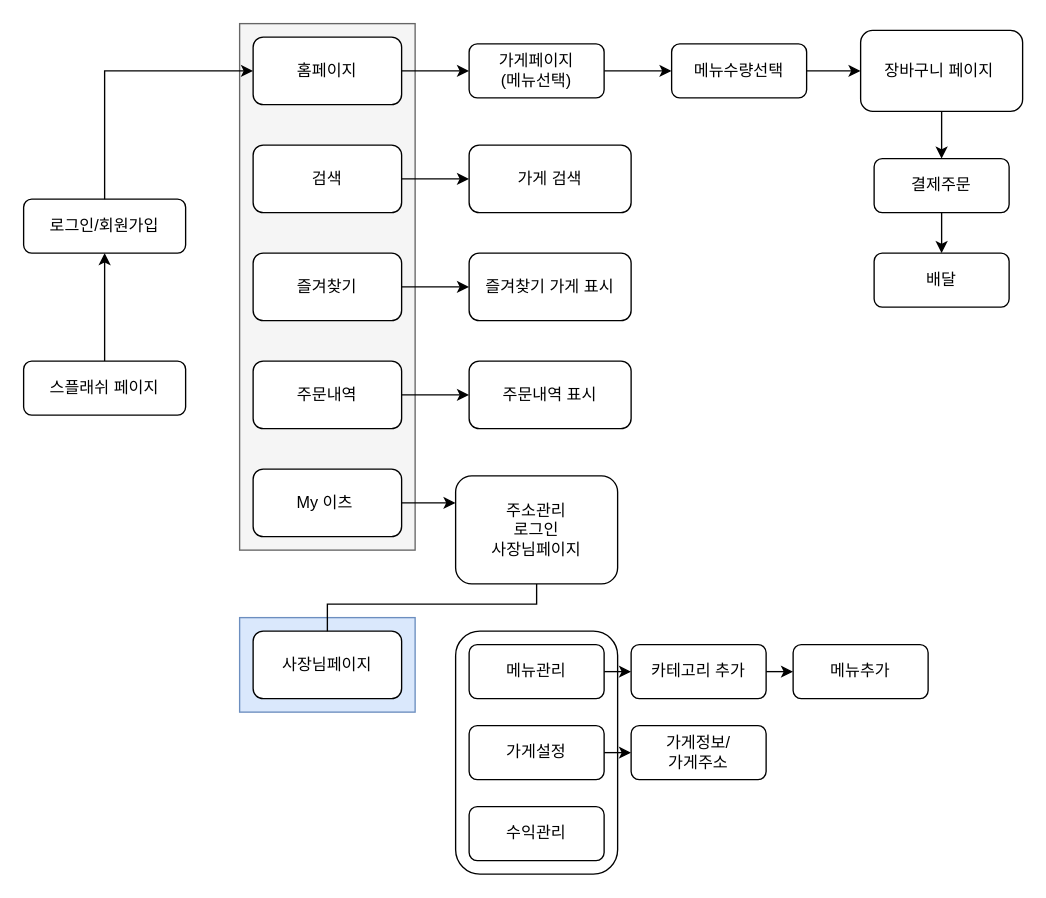
qoranreh/branch-test keeps this draw.io diagram as 제목 없는 다이어그램.drawio. Above is the earlier version. Source tidied: cells renumbered, new cells numbered last; positions are measured from the earlier drawing's top-left corner, leaving out a move shared by most shapes. Both pictures are drawn from the tidied source at 135%, with x=0, y=0 at pixel (23, 23).
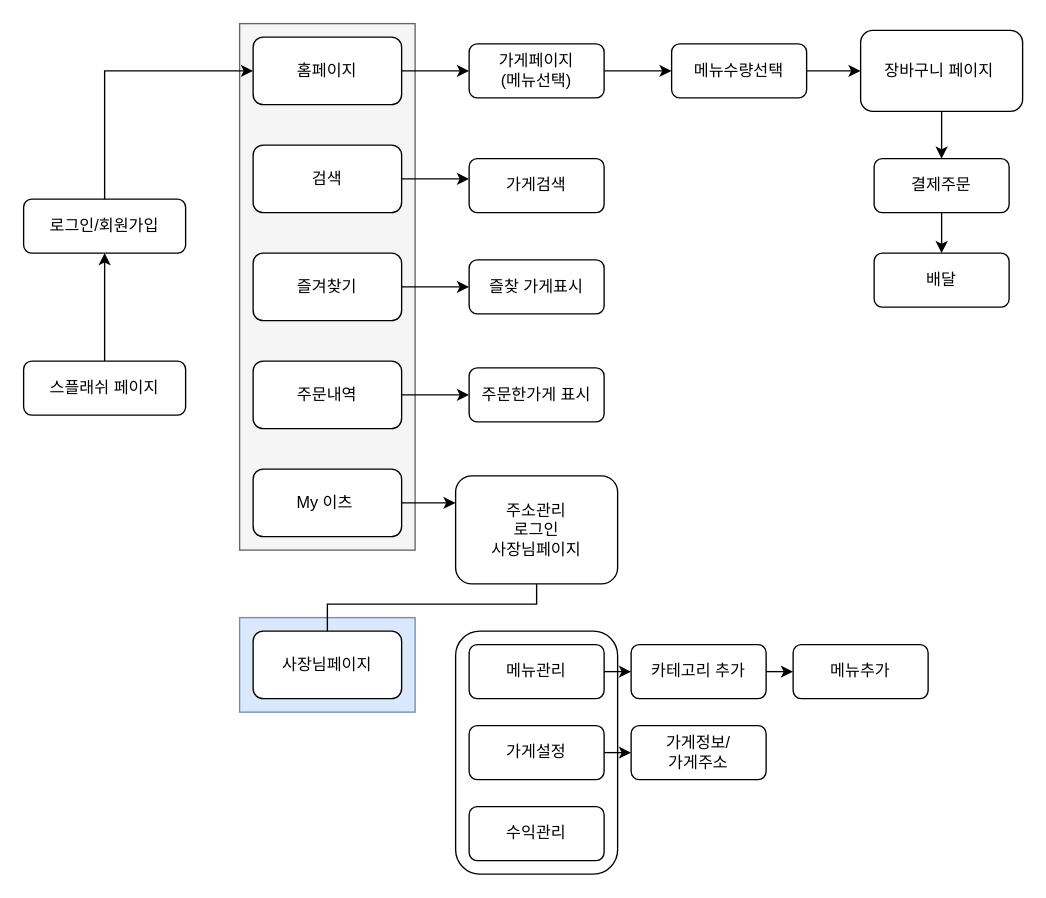
The same page after the edit.

Commit message (it also covers changes not shown here):
제목 없는 다이어그램.drawio 업데이트

Unchanged cells that the change refers to:
```xml
<mxCell id="11" value="검색" style="rounded=1;whiteSpace=wrap;html=1;" parent="1" vertex="1">
  <mxGeometry x="170" y="90" width="110" height="50" as="geometry" />
</mxCell>
<mxCell id="13" value="즐겨찾기" style="rounded=1;whiteSpace=wrap;html=1;" parent="1" vertex="1">
  <mxGeometry x="170" y="170" width="110" height="50" as="geometry" />
</mxCell>
<mxCell id="15" value="주문내역" style="rounded=1;whiteSpace=wrap;html=1;" parent="1" vertex="1">
  <mxGeometry x="170" y="250" width="110" height="50" as="geometry" />
</mxCell>
```

Change to the diagram source:
```diff
@@
-    <mxCell id="10" style="edgeStyle=orthogonalEdgeStyle;rounded=0;jettySize=auto;html=1;exitX=1;exitY=0.5;exitDx=0;exitDy=0;entryX=0;entryY=0.5;entryDx=0;entryDy=0;" parent="1" edge="1" source="11" target="40">
-      <mxGeometry relative="1" as="geometry" />
+    <mxCell id="10" style="edgeStyle=orthogonalEdgeStyle;rounded=0;jettySize=auto;html=1;exitX=1;exitY=0.5;exitDx=0;exitDy=0;entryX=0;entryY=0.5;entryDx=0;entryDy=0;" parent="1" edge="1" source="11">
+      <mxGeometry relative="1" as="geometry">
+        <mxPoint x="330" y="115" as="targetPoint" />
+      </mxGeometry>
     </mxCell>
@@
-    <mxCell id="12" style="edgeStyle=orthogonalEdgeStyle;rounded=0;jettySize=auto;html=1;exitX=1;exitY=0.5;exitDx=0;exitDy=0;entryX=0;entryY=0.5;entryDx=0;entryDy=0;" parent="1" edge="1" source="13" target="41">
-      <mxGeometry relative="1" as="geometry" />
+    <mxCell id="12" style="edgeStyle=orthogonalEdgeStyle;rounded=0;jettySize=auto;html=1;exitX=1;exitY=0.5;exitDx=0;exitDy=0;entryX=0;entryY=0.5;entryDx=0;entryDy=0;" parent="1" edge="1" source="13">
+      <mxGeometry relative="1" as="geometry">
+        <mxPoint x="330" y="195" as="targetPoint" />
+      </mxGeometry>
     </mxCell>
@@
-    <mxCell id="14" style="edgeStyle=orthogonalEdgeStyle;rounded=0;jettySize=auto;html=1;exitX=1;exitY=0.5;exitDx=0;exitDy=0;entryX=0;entryY=0.5;entryDx=0;entryDy=0;" parent="1" edge="1" source="15" target="42">
-      <mxGeometry relative="1" as="geometry" />
+    <mxCell id="14" style="edgeStyle=orthogonalEdgeStyle;rounded=0;jettySize=auto;html=1;exitX=1;exitY=0.5;exitDx=0;exitDy=0;entryX=0;entryY=0.5;entryDx=0;entryDy=0;" parent="1" edge="1" source="15">
+      <mxGeometry relative="1" as="geometry">
+        <mxPoint x="330" y="275" as="targetPoint" />
+      </mxGeometry>
     </mxCell>
@@
-    <mxCell id="40" value="가게 검색" style="rounded=1;whiteSpace=wrap;html=1;" parent="1" vertex="1">
-      <mxGeometry x="330" y="90" width="120" height="50" as="geometry" />
-    </mxCell>
-    <mxCell id="41" value="즐겨찾기 가게 표시" style="rounded=1;whiteSpace=wrap;html=1;" parent="1" vertex="1">
-      <mxGeometry x="330" y="170" width="120" height="50" as="geometry" />
-    </mxCell>
-    <mxCell id="42" value="주문내역 표시" style="rounded=1;whiteSpace=wrap;html=1;" parent="1" vertex="1">
-      <mxGeometry x="330" y="250" width="120" height="50" as="geometry" />
-    </mxCell>
+    <mxCell id="43" value="가게검색" style="rounded=1;whiteSpace=wrap;html=1;" parent="1" vertex="1">
+      <mxGeometry x="330" y="100" width="100" height="40" as="geometry" />
+    </mxCell>
+    <mxCell id="44" value="즐찾 가게표시" style="rounded=1;whiteSpace=wrap;html=1;" parent="1" vertex="1">
+      <mxGeometry x="330" y="175" width="100" height="40" as="geometry" />
+    </mxCell>
+    <mxCell id="45" value="주문한가게 표시" style="rounded=1;whiteSpace=wrap;html=1;" parent="1" vertex="1">
+      <mxGeometry x="330" y="255" width="100" height="40" as="geometry" />
+    </mxCell>
```
